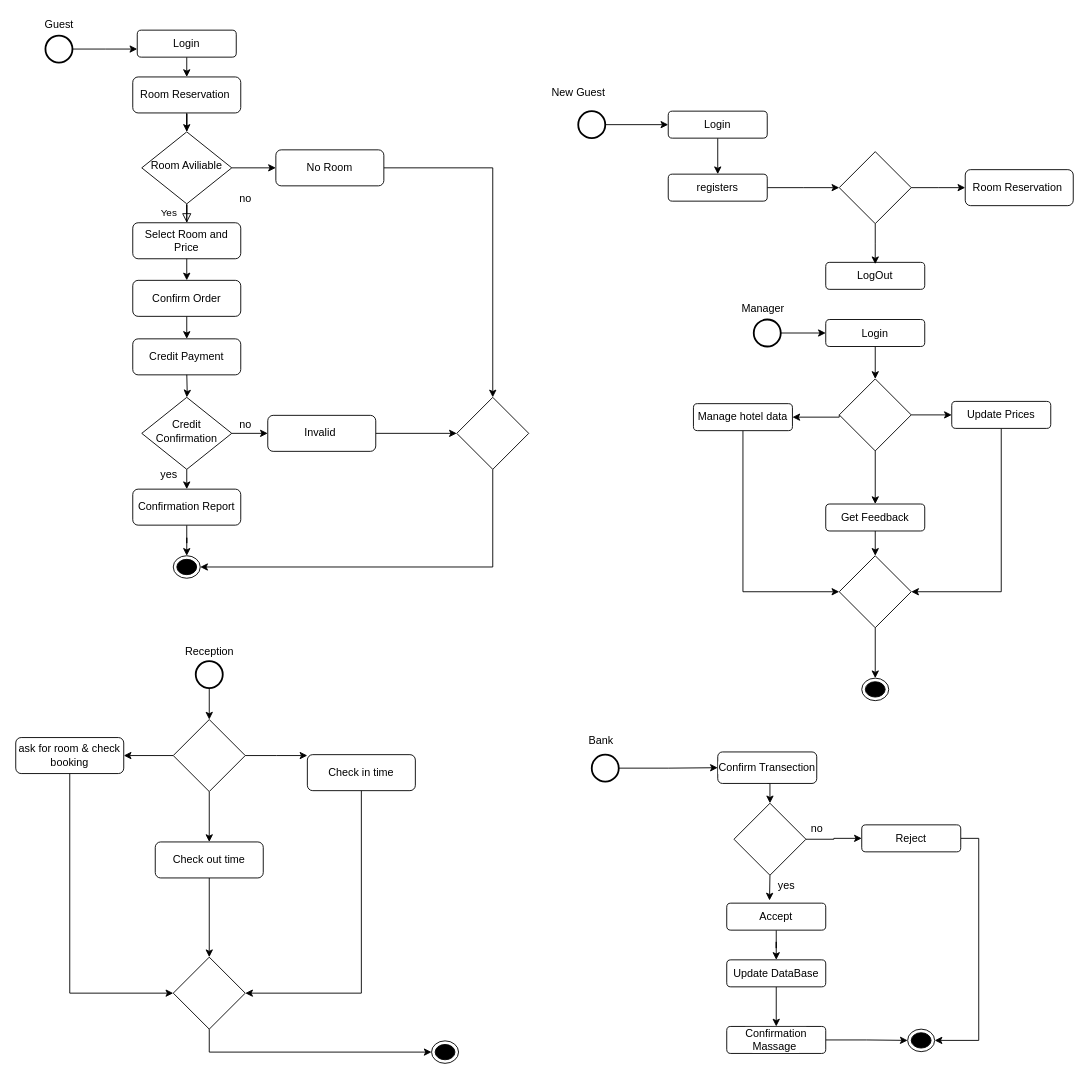
The draw.io diagram activity digram.drawio in AhmedTarek-95/System-Desine, before the edit. Source tidied: cells renumbered, new cells numbered last; positions are measured from the earlier drawing's top-left corner, leaving out a move shared by most shapes. Both pictures are drawn from the tidied source at 90%, with x=0, y=0 at pixel (15, 15).
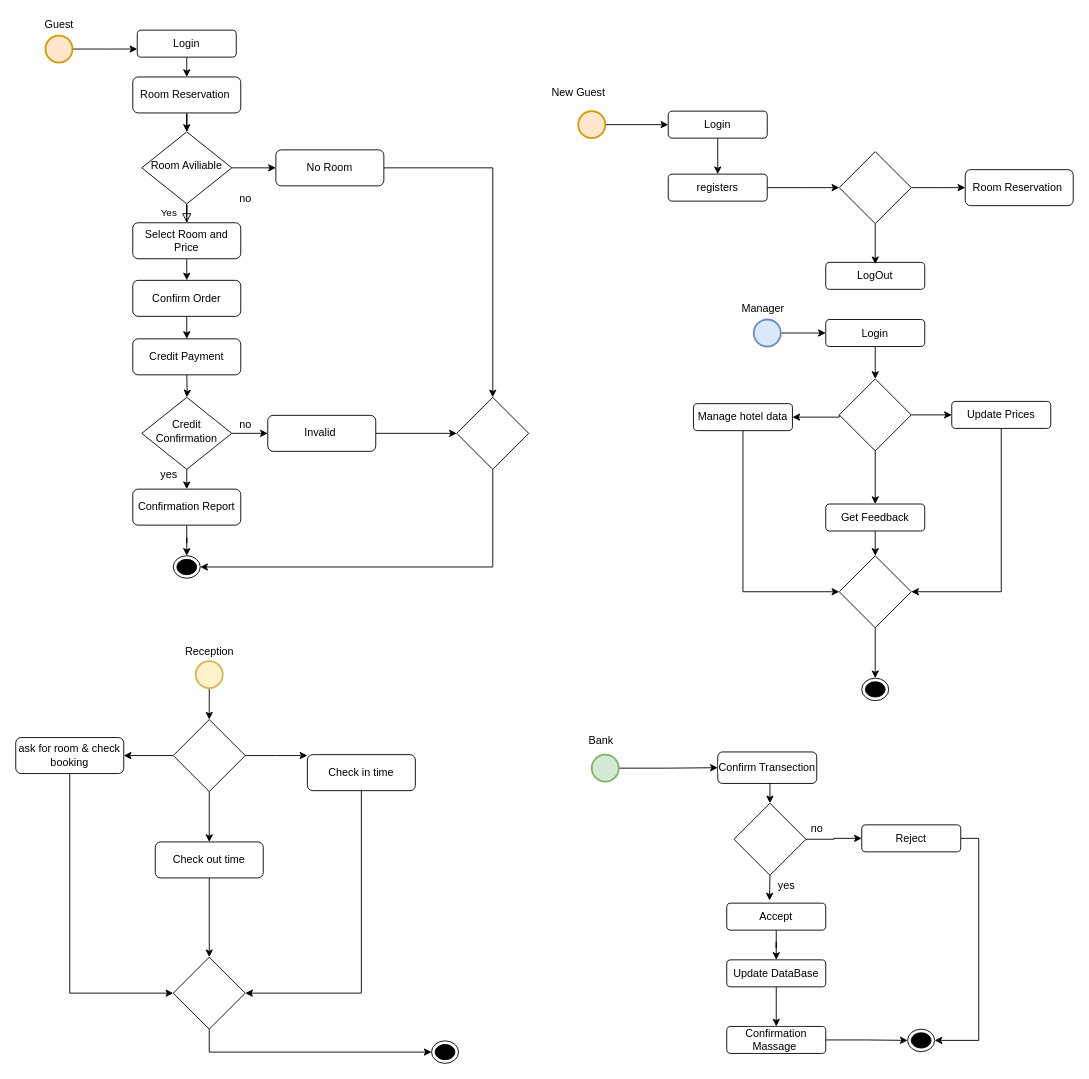
Above is the later version.

The edit, as a diff of the source:
```diff
@@
-    <mxCell id="10" style="strokeWidth=2;html=1;shape=mxgraph.flowchart.start_2;whiteSpace=wrap;" parent="1" vertex="1">
+    <mxCell id="10" style="strokeWidth=2;html=1;shape=mxgraph.flowchart.start_2;whiteSpace=wrap;fillColor=#ffe6cc;strokeColor=#d79b00;" parent="1" vertex="1">
       <mxGeometry x="33" y="22" width="30" height="30" as="geometry" />
     </mxCell>
@@
-    <mxCell id="33" style="strokeWidth=2;html=1;shape=mxgraph.flowchart.start_2;whiteSpace=wrap;" parent="1" vertex="1">
+    <mxCell id="33" style="strokeWidth=2;html=1;shape=mxgraph.flowchart.start_2;whiteSpace=wrap;fillColor=#ffe6cc;strokeColor=#d79b00;" parent="1" vertex="1">
       <mxGeometry x="625" y="106" width="30" height="30" as="geometry" />
     </mxCell>
@@
-    <mxCell id="45" style="strokeWidth=2;html=1;shape=mxgraph.flowchart.start_2;whiteSpace=wrap;" parent="1" vertex="1">
+    <mxCell id="45" style="strokeWidth=2;html=1;shape=mxgraph.flowchart.start_2;whiteSpace=wrap;fillColor=#dae8fc;strokeColor=#6c8ebf;" parent="1" vertex="1">
       <mxGeometry x="820" y="337.5" width="30" height="30" as="geometry" />
     </mxCell>
@@
-    <mxCell id="62" style="strokeWidth=2;html=1;shape=mxgraph.flowchart.start_2;whiteSpace=wrap;" parent="1" vertex="1">
+    <mxCell id="62" style="strokeWidth=2;html=1;shape=mxgraph.flowchart.start_2;whiteSpace=wrap;fillColor=#fff2cc;strokeColor=#d6b656;" parent="1" vertex="1">
       <mxGeometry x="200" y="717" width="30" height="30" as="geometry" />
     </mxCell>
@@
-    <mxCell id="78" style="strokeWidth=2;html=1;shape=mxgraph.flowchart.start_2;whiteSpace=wrap;" parent="1" vertex="1">
+    <mxCell id="78" style="strokeWidth=2;html=1;shape=mxgraph.flowchart.start_2;whiteSpace=wrap;fillColor=#d5e8d4;strokeColor=#82b366;" parent="1" vertex="1">
       <mxGeometry x="640" y="821" width="30" height="30" as="geometry" />
     </mxCell>
```
